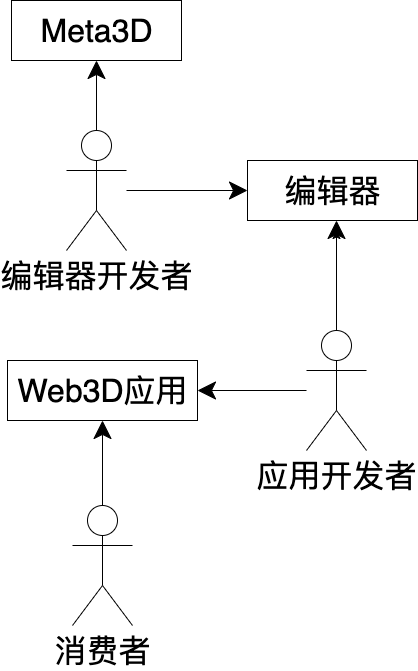
The draw.io diagram static/img/简介/用户上下文关系.png in Meta3D-Technology/Meta3D-Website, before a commit. Source tidied: cells renumbered, new cells last; positions are measured from the earlier drawing's top-left corner, leaving out a move shared by most shapes.
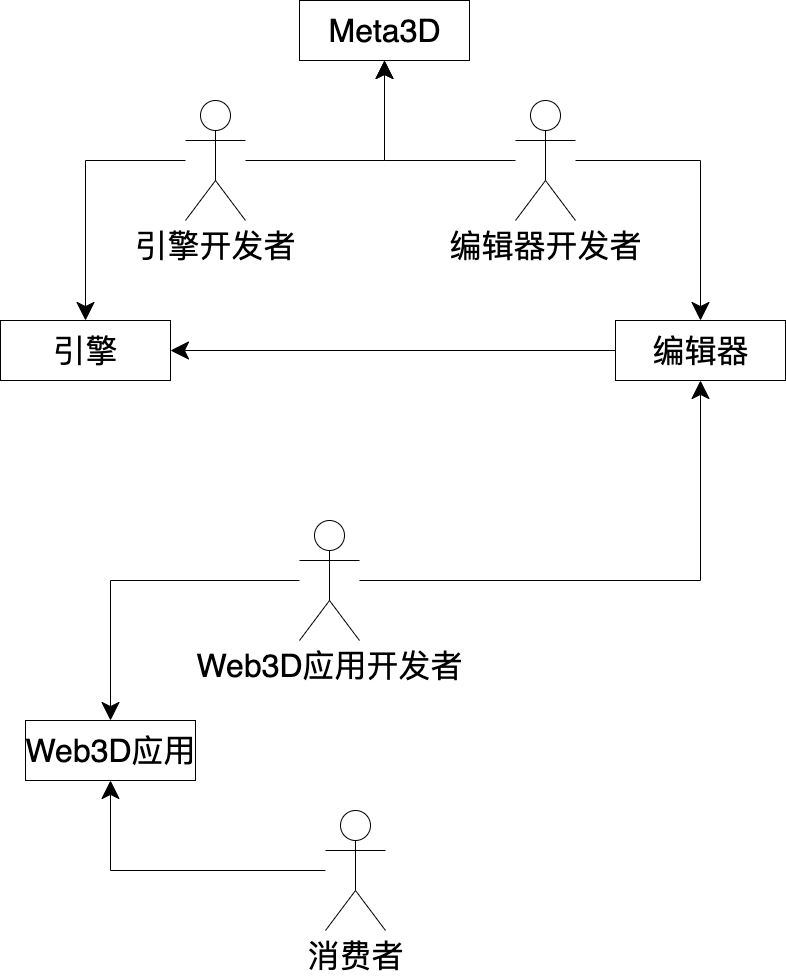
Later version of the same file.

The edit, as a diff of the source:
```diff
@@ -2,31 +2,36 @@
   <root>
     <mxCell id="0" />
     <mxCell id="1" parent="0" />
+    <mxCell id="14" style="edgeStyle=orthogonalEdgeStyle;rounded=0;jettySize=auto;html=1;entryX=0.5;entryY=1;entryDx=0;entryDy=0;endSize=16;startSize=16;" parent="1" edge="1" source="16" target="2">
+      <mxGeometry relative="1" as="geometry" />
+    </mxCell>
+    <mxCell id="15" style="edgeStyle=orthogonalEdgeStyle;rounded=0;jettySize=auto;html=1;entryX=0.5;entryY=0;entryDx=0;entryDy=0;endSize=16;startSize=16;" parent="1" edge="1" source="16" target="17">
+      <mxGeometry relative="1" as="geometry" />
+    </mxCell>
+    <mxCell id="16" value="引擎开发者" style="shape=umlActor;verticalLabelPosition=bottom;verticalAlign=top;html=1;outlineConnect=0;fontSize=32;" parent="1" vertex="1">
+      <mxGeometry x="-110" y="100" width="60" height="120" as="geometry" />
+    </mxCell>
     <mxCell id="2" value="Meta3D" style="html=1;fontSize=32;" parent="1" vertex="1">
       <mxGeometry x="4" width="170" height="60" as="geometry" />
     </mxCell>
-    <mxCell id="3" style="edgeStyle=orthogonalEdgeStyle;rounded=0;jettySize=auto;html=1;entryX=0.5;entryY=1;entryDx=0;entryDy=0;" parent="1" edge="1" source="6">
-      <mxGeometry relative="1" as="geometry">
-        <mxPoint x="329" y="230" as="targetPoint" />
-      </mxGeometry>
+    <mxCell id="3" style="edgeStyle=orthogonalEdgeStyle;rounded=0;jettySize=auto;html=1;entryX=0.5;entryY=1;entryDx=0;entryDy=0;endSize=16;startSize=16;" parent="1" edge="1" source="6" target="12">
+      <mxGeometry relative="1" as="geometry" />
     </mxCell>
     <mxCell id="4" style="edgeStyle=orthogonalEdgeStyle;rounded=0;jettySize=auto;html=1;endSize=16;startSize=16;" parent="1" edge="1" source="6" target="13">
       <mxGeometry relative="1" as="geometry" />
     </mxCell>
-    <mxCell id="5" style="edgeStyle=orthogonalEdgeStyle;rounded=0;jettySize=auto;html=1;endSize=16;startSize=16;" parent="1" edge="1" source="6">
-      <mxGeometry relative="1" as="geometry">
-        <mxPoint x="329" y="220" as="targetPoint" />
-      </mxGeometry>
-    </mxCell>
-    <mxCell id="6" value="应用开发者" style="shape=umlActor;verticalLabelPosition=bottom;verticalAlign=top;html=1;outlineConnect=0;fontSize=32;" parent="1" vertex="1">
-      <mxGeometry x="299" y="330" width="60" height="120" as="geometry" />
+    <mxCell id="6" value="Web3D应用开发者" style="shape=umlActor;verticalLabelPosition=bottom;verticalAlign=top;html=1;outlineConnect=0;fontSize=32;" parent="1" vertex="1">
+      <mxGeometry x="4" y="520" width="60" height="120" as="geometry" />
     </mxCell>
     <mxCell id="7" style="edgeStyle=orthogonalEdgeStyle;rounded=0;jettySize=auto;html=1;entryX=0.5;entryY=1;entryDx=0;entryDy=0;endSize=16;startSize=16;" parent="1" edge="1" source="8" target="13">
       <mxGeometry relative="1" as="geometry" />
     </mxCell>
     <mxCell id="8" value="消费者" style="shape=umlActor;verticalLabelPosition=bottom;verticalAlign=top;html=1;outlineConnect=0;fontSize=32;" parent="1" vertex="1">
-      <mxGeometry x="65" y="505" width="60" height="120" as="geometry" />
+      <mxGeometry x="30" y="810" width="60" height="120" as="geometry" />
     </mxCell>
+    <mxCell id="17" value="引擎" style="html=1;fontSize=32;" parent="1" vertex="1">
+      <mxGeometry x="-295" y="320" width="170" height="60" as="geometry" />
+    </mxCell>
     <mxCell id="9" style="edgeStyle=orthogonalEdgeStyle;rounded=0;jettySize=auto;html=1;entryX=0.5;entryY=1;entryDx=0;entryDy=0;endSize=16;startSize=16;" parent="1" edge="1" source="11" target="2">
       <mxGeometry relative="1" as="geometry" />
     </mxCell>
@@ -34,13 +39,16 @@
       <mxGeometry relative="1" as="geometry" />
     </mxCell>
     <mxCell id="11" value="编辑器开发者" style="shape=umlActor;verticalLabelPosition=bottom;verticalAlign=top;html=1;outlineConnect=0;fontSize=32;" parent="1" vertex="1">
-      <mxGeometry x="59" y="130" width="60" height="120" as="geometry" />
+      <mxGeometry x="220" y="100" width="60" height="120" as="geometry" />
     </mxCell>
+    <mxCell id="18" style="edgeStyle=orthogonalEdgeStyle;rounded=0;jettySize=auto;html=1;endSize=16;startSize=16;" parent="1" edge="1" source="12" target="17">
+      <mxGeometry relative="1" as="geometry" />
+    </mxCell>
     <mxCell id="12" value="编辑器" style="html=1;fontSize=32;" parent="1" vertex="1">
-      <mxGeometry x="240" y="160" width="170" height="60" as="geometry" />
+      <mxGeometry x="320" y="320" width="170" height="60" as="geometry" />
     </mxCell>
     <mxCell id="13" value="Web3D应用" style="html=1;fontSize=32;" parent="1" vertex="1">
-      <mxGeometry y="360" width="190" height="60" as="geometry" />
+      <mxGeometry x="-270" y="720" width="170" height="60" as="geometry" />
     </mxCell>
   </root>
 </mxGraphModel>
```
